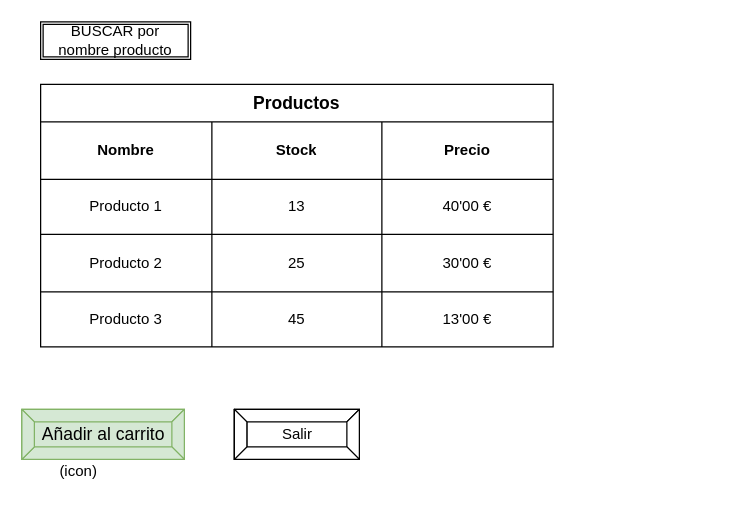
Before: page "ProductosUser" (4 of 9) of ListaCompra.drawio in katacliny/practica, a draw.io diagram. Source tidied: cells renumbered, new cells numbered last; positions are measured from the earlier drawing's top-left corner, leaving out a move shared by most shapes. Both pictures are drawn from the tidied source at 125%, with x=0, y=0 at pixel (21, 21).
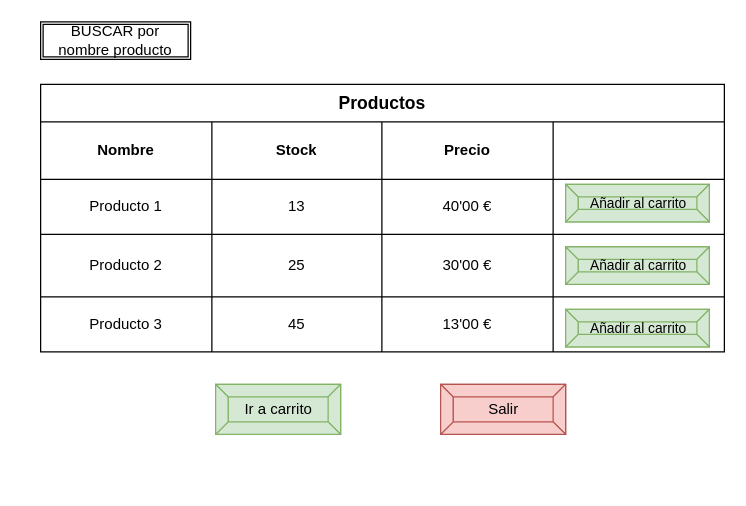
Above is the later version.

Diff of the diagram source:
```diff
@@
     <mxCell id="2" value="Productos" style="shape=table;html=1;whiteSpace=wrap;startSize=30;childLayout=tableLayout;fontStyle=1;align=center;fontSize=14;" parent="1" vertex="1">
-      <mxGeometry x="15" y="50" width="410" height="210" as="geometry" />
+      <mxGeometry x="15" y="50" width="547" height="214" as="geometry" />
     </mxCell>
     <mxCell id="3" style="shape=partialRectangle;html=1;whiteSpace=wrap;fillColor=none;top=0;left=0;bottom=0;right=0;" parent="2" vertex="1">
-      <mxGeometry y="30" width="410" height="46" as="geometry" />
+      <mxGeometry y="30" width="547" height="46" as="geometry" />
     </mxCell>
@@
+    <mxCell id="23" style="shape=partialRectangle;html=1;whiteSpace=wrap;fillColor=none;top=0;left=0;bottom=0;right=0;overflow=hidden;fontStyle=1;" parent="3" vertex="1">
+      <mxGeometry x="410" width="137" height="46" as="geometry" />
+    </mxCell>
     <mxCell id="7" style="shape=partialRectangle;html=1;whiteSpace=wrap;fillColor=none;top=0;left=0;bottom=0;right=0;" parent="2" vertex="1">
-      <mxGeometry y="76" width="410" height="44" as="geometry" />
+      <mxGeometry y="76" width="547" height="44" as="geometry" />
     </mxCell>
@@
+    <mxCell id="24" style="shape=partialRectangle;html=1;whiteSpace=wrap;fillColor=none;top=0;left=0;bottom=0;right=0;overflow=hidden;" parent="7" vertex="1">
+      <mxGeometry x="410" width="137" height="44" as="geometry" />
+    </mxCell>
     <mxCell id="11" style="shape=partialRectangle;html=1;whiteSpace=wrap;fillColor=none;top=0;left=0;bottom=0;right=0;" parent="2" vertex="1">
-      <mxGeometry y="120" width="410" height="46" as="geometry" />
+      <mxGeometry y="120" width="547" height="50" as="geometry" />
     </mxCell>
     <mxCell id="12" value="Producto 2" style="shape=partialRectangle;html=1;whiteSpace=wrap;fillColor=none;top=0;left=0;bottom=0;right=0;overflow=hidden;" parent="11" vertex="1">
-      <mxGeometry width="137" height="46" as="geometry" />
+      <mxGeometry width="137" height="50" as="geometry" />
     </mxCell>
     <mxCell id="13" value="25" style="shape=partialRectangle;html=1;whiteSpace=wrap;fillColor=none;top=0;left=0;bottom=0;right=0;overflow=hidden;" parent="11" vertex="1">
-      <mxGeometry x="137" width="136" height="46" as="geometry" />
+      <mxGeometry x="137" width="136" height="50" as="geometry" />
     </mxCell>
     <mxCell id="14" value="30'00 €" style="shape=partialRectangle;html=1;whiteSpace=wrap;fillColor=none;top=0;left=0;bottom=0;right=0;overflow=hidden;" parent="11" vertex="1">
-      <mxGeometry x="273" width="137" height="46" as="geometry" />
+      <mxGeometry x="273" width="137" height="50" as="geometry" />
     </mxCell>
+    <mxCell id="25" style="shape=partialRectangle;html=1;whiteSpace=wrap;fillColor=none;top=0;left=0;bottom=0;right=0;overflow=hidden;" parent="11" vertex="1">
+      <mxGeometry x="410" width="137" height="50" as="geometry" />
+    </mxCell>
     <mxCell id="15" style="shape=partialRectangle;html=1;whiteSpace=wrap;fillColor=none;top=0;left=0;bottom=0;right=0;" parent="2" vertex="1">
-      <mxGeometry y="166" width="410" height="44" as="geometry" />
+      <mxGeometry y="170" width="547" height="44" as="geometry" />
     </mxCell>
@@
+    <mxCell id="26" style="shape=partialRectangle;html=1;whiteSpace=wrap;fillColor=none;top=0;left=0;bottom=0;right=0;overflow=hidden;" parent="15" vertex="1">
+      <mxGeometry x="410" width="137" height="44" as="geometry" />
+    </mxCell>
-    <mxCell id="19" value="Añadir al carrito" style="labelPosition=center;verticalLabelPosition=middle;align=center;html=1;shape=mxgraph.basic.button;dx=10;fontSize=14;fillColor=#d5e8d4;strokeColor=#82b366;" parent="1" vertex="1">
-      <mxGeometry y="310" width="130" height="40" as="geometry" />
+    <mxCell id="19" value="Añadir al carrito" style="labelPosition=center;verticalLabelPosition=middle;align=center;html=1;shape=mxgraph.basic.button;dx=10;fontSize=11;fillColor=#d5e8d4;strokeColor=#82b366;" parent="1" vertex="1">
+      <mxGeometry x="435" y="130" width="115" height="30" as="geometry" />
     </mxCell>
-    <mxCell id="20" value="(icon)" style="text;html=1;align=center;verticalAlign=middle;" parent="1" vertex="1">
-      <mxGeometry x="20" y="350" width="50" height="20" as="geometry" />
-    </mxCell>
@@
-    <mxCell id="22" value="Salir" style="labelPosition=center;verticalLabelPosition=middle;align=center;html=1;shape=mxgraph.basic.button;dx=10;" parent="1" vertex="1">
-      <mxGeometry x="170" y="310" width="100" height="40" as="geometry" />
+    <mxCell id="22" value="Salir" style="labelPosition=center;verticalLabelPosition=middle;align=center;html=1;shape=mxgraph.basic.button;dx=10;fillColor=#f8cecc;strokeColor=#b85450;" parent="1" vertex="1">
+      <mxGeometry x="335" y="290" width="100" height="40" as="geometry" />
     </mxCell>
+    <mxCell id="27" value="Añadir al carrito" style="labelPosition=center;verticalLabelPosition=middle;align=center;html=1;shape=mxgraph.basic.button;dx=10;fontSize=11;fillColor=#d5e8d4;strokeColor=#82b366;" parent="1" vertex="1">
+      <mxGeometry x="435" y="180" width="115" height="30" as="geometry" />
+    </mxCell>
+    <mxCell id="28" value="Añadir al carrito" style="labelPosition=center;verticalLabelPosition=middle;align=center;html=1;shape=mxgraph.basic.button;dx=10;fontSize=11;fillColor=#d5e8d4;strokeColor=#82b366;" parent="1" vertex="1">
+      <mxGeometry x="435" y="230" width="115" height="30" as="geometry" />
+    </mxCell>
+    <mxCell id="29" value="Ir a carrito" style="labelPosition=center;verticalLabelPosition=middle;align=center;html=1;shape=mxgraph.basic.button;dx=10;fillColor=#d5e8d4;strokeColor=#82b366;" parent="1" vertex="1">
+      <mxGeometry x="155" y="290" width="100" height="40" as="geometry" />
+    </mxCell>
```
